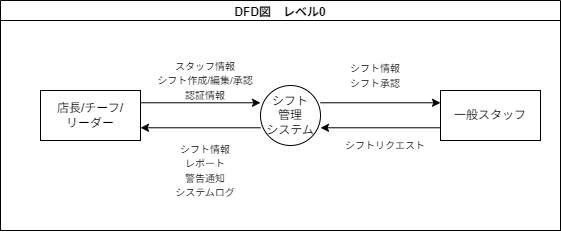
This is docs/diagrams/DFD_0.drawio.png from OMEGA-himajin/JyakunenPrac1, a draw.io export, as it was before one commit. Source tidied: cells renumbered, new cells last; positions are measured from the earlier drawing's top-left corner, leaving out a move shared by most shapes.
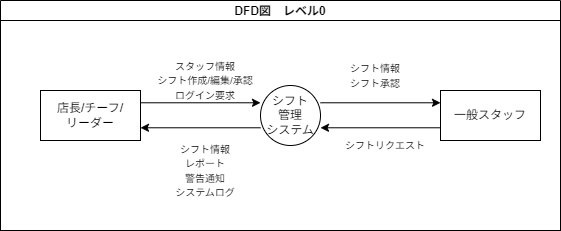
The same diagram one commit later.

Commit message:
doc: 認証情報からログイン要求に変更

What changed in the source:
```diff
@@ -17,7 +17,7 @@
     <mxCell id="6" value="一般スタッフ" style="html=1;dashed=0;whiteSpace=wrap;" parent="2" vertex="1">
       <mxGeometry x="440" y="90" width="100" height="50" as="geometry" />
     </mxCell>
-    <mxCell id="7" value="&lt;font style=&quot;font-size: 10px;&quot;&gt;スタッフ情報&lt;/font&gt;&lt;div&gt;&lt;font style=&quot;font-size: 10px;&quot;&gt;シフト作成/編集/承認&lt;/font&gt;&lt;/div&gt;&lt;div&gt;&lt;font style=&quot;font-size: 10px;&quot;&gt;認証情報&lt;/font&gt;&lt;/div&gt;" style="text;html=1;align=center;verticalAlign=middle;whiteSpace=wrap;rounded=0;" parent="2" vertex="1">
+    <mxCell id="7" value="&lt;font style=&quot;font-size: 10px;&quot;&gt;スタッフ情報&lt;/font&gt;&lt;div&gt;&lt;font style=&quot;font-size: 10px;&quot;&gt;シフト作成/編集/承認&lt;/font&gt;&lt;/div&gt;&lt;div&gt;&lt;span style=&quot;font-size: 10px;&quot;&gt;ログイン要求&lt;/span&gt;&lt;/div&gt;" style="text;html=1;align=center;verticalAlign=middle;whiteSpace=wrap;rounded=0;" parent="2" vertex="1">
       <mxGeometry x="150" y="60" width="110" height="40" as="geometry" />
     </mxCell>
     <mxCell id="8" value="&lt;font style=&quot;font-size: 10px;&quot;&gt;シフト情報&lt;/font&gt;&lt;div&gt;&lt;font style=&quot;font-size: 10px;&quot;&gt;レポート&lt;br&gt;警告通知&lt;br&gt;システムログ&lt;/font&gt;&lt;/div&gt;" style="text;html=1;align=center;verticalAlign=middle;whiteSpace=wrap;rounded=0;" parent="2" vertex="1">
```
